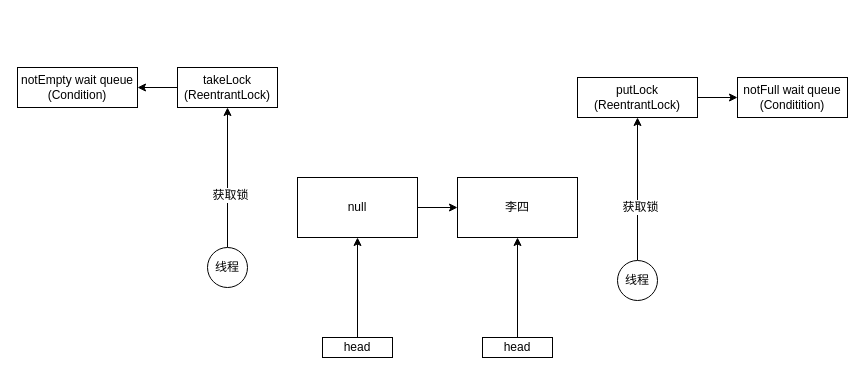
The draw.io diagram 并发编程/11_LinkedBlockingQueue源码.drawio in chenshuai1995/a-imgs, before the edit. Source tidied: cells renumbered, new cells numbered last; positions are measured from the earlier drawing's top-left corner, leaving out a move shared by most shapes. Both pictures are drawn from the tidied source at 100%, with x=0, y=0 at pixel (17, 67).
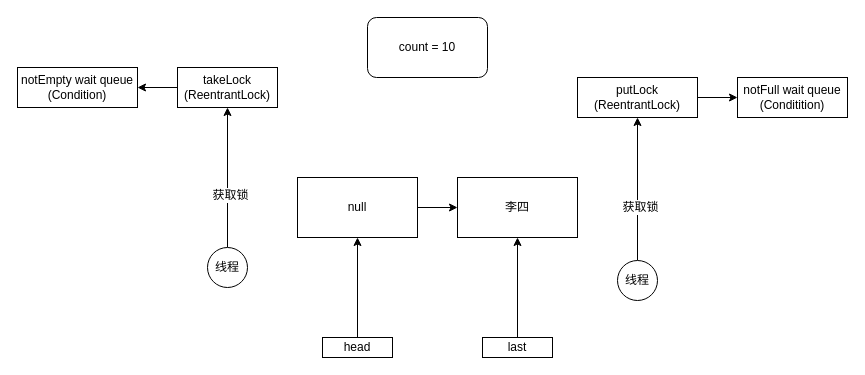
After the change.

Change to the diagram source:
```diff
@@
-    <mxCell id="8" value="head" style="rounded=0;whiteSpace=wrap;html=1;" parent="1" vertex="1">
+    <mxCell id="8" value="last" style="rounded=0;whiteSpace=wrap;html=1;" parent="1" vertex="1">
       <mxGeometry x="465" y="270" width="70" height="20" as="geometry" />
     </mxCell>
@@
+    <mxCell id="21" value="count = 10" style="rounded=1;whiteSpace=wrap;html=1;" parent="1" vertex="1">
+      <mxGeometry x="350" y="-50" width="120" height="60" as="geometry" />
+    </mxCell>
```
